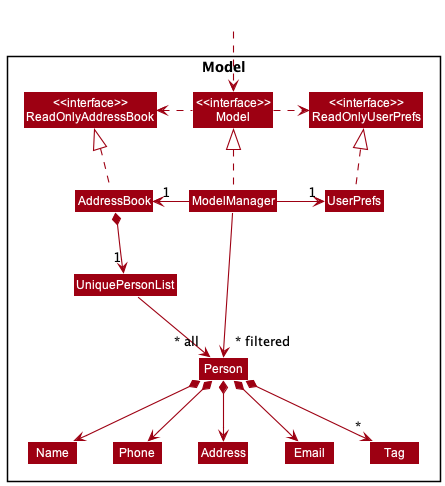
Above: docs/images/ModelClassDiagram.png in nus-cs2103-AY2223S1/tp (PlantUML), before the change.
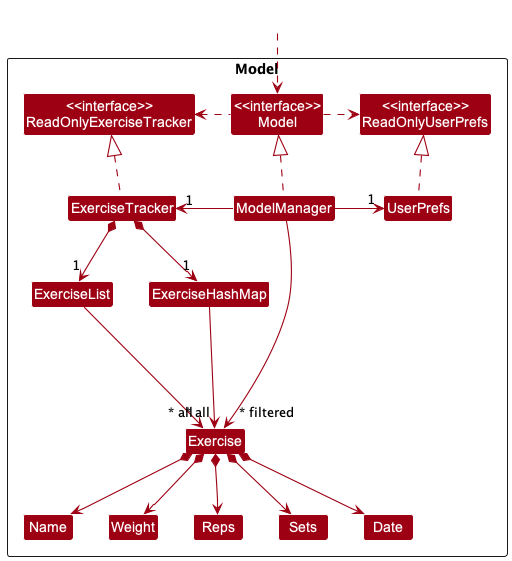
Above is the later version.

Commit message:
Add 'Exercise' description to Developer Guide implementation

Diff of the diagram source:
```diff
@@ -5,46 +5,45 @@
 skinparam classBackgroundColor MODEL_COLOR
 
 Package Model <<Rectangle>>{
-Class "<<interface>>\nReadOnlyAddressBook" as ReadOnlyAddressBook
+Class "<<interface>>\nReadOnlyExerciseTracker" as ReadOnlyExerciseTracker
 Class "<<interface>>\nReadOnlyUserPrefs" as ReadOnlyUserPrefs
 Class "<<interface>>\nModel" as Model
-Class AddressBook
+Class ExerciseTracker
 Class ModelManager
 Class UserPrefs
 
-Class UniquePersonList
-Class Person
-Class Address
-Class Email
+Class ExerciseList
+Class ExerciseHashMap
+Class Exercise
 Class Name
-Class Phone
-Class Tag
+Class Weight
+Class Reps
+Class Sets
+Class Date
 
 }
 
 Class HiddenOutside #FFFFFF
 HiddenOutside ..> Model
 
-AddressBook .up.|> ReadOnlyAddressBook
+ExerciseTracker .up.|> ReadOnlyExerciseTracker
 
 ModelManager .up.|> Model
 Model .right.> ReadOnlyUserPrefs
-Model .left.> ReadOnlyAddressBook
-ModelManager -left-> "1" AddressBook
+Model .left.> ReadOnlyExerciseTracker
+ModelManager -left-> "1" ExerciseTracker
 ModelManager -right-> "1" UserPrefs
 UserPrefs .up.|> ReadOnlyUserPrefs
 
-AddressBook *--> "1" UniquePersonList
-UniquePersonList --> "~* all" Person
-Person *--> Name
-Person *--> Phone
-Person *--> Email
-Person *--> Address
-Person *--> "*" Tag
+ExerciseTracker *--> "1" ExerciseList
+ExerciseTracker *--> "1" ExerciseHashMap
+ExerciseHashMap ---> "~* all" Exercise
+ExerciseList ---> "~* all" Exercise
+Exercise *--> Name
+Exercise *--> Weight
+Exercise *--> Reps
+Exercise *--> Sets
+Exercise *--> Date
 
-Name -[hidden]right-> Phone
-Phone -[hidden]right-> Address
-Address -[hidden]right-> Email
-
-ModelManager -->"~* filtered" Person
+ModelManager -->"~* filtered" Exercise
 @enduml
```
